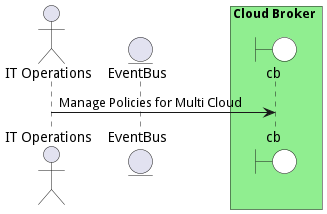
Above: docs/edgemere/sml/cb/usecases/managemulticloud/ManagePoliciesforMultiCloud.png in madajaju/edgemere (PlantUML), before the change. Its diagram source:
```plantuml
@startuml

actor "IT Operations"


entity EventBus

box Cloud Broker #lightgreen
    boundary cb #white
end box



"IT Operations" -> cb: Manage Policies for Multi Cloud



@enduml
```
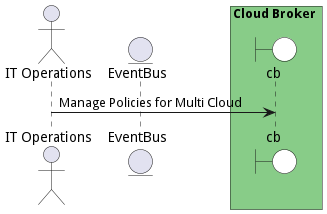
The same diagram one commit later.

What changed in the source:
```diff
@@ -5,7 +5,7 @@
 
 entity EventBus
 
-box Cloud Broker #lightgreen
+box Cloud Broker #88cc88
     boundary cb #white
 end box
 
```
